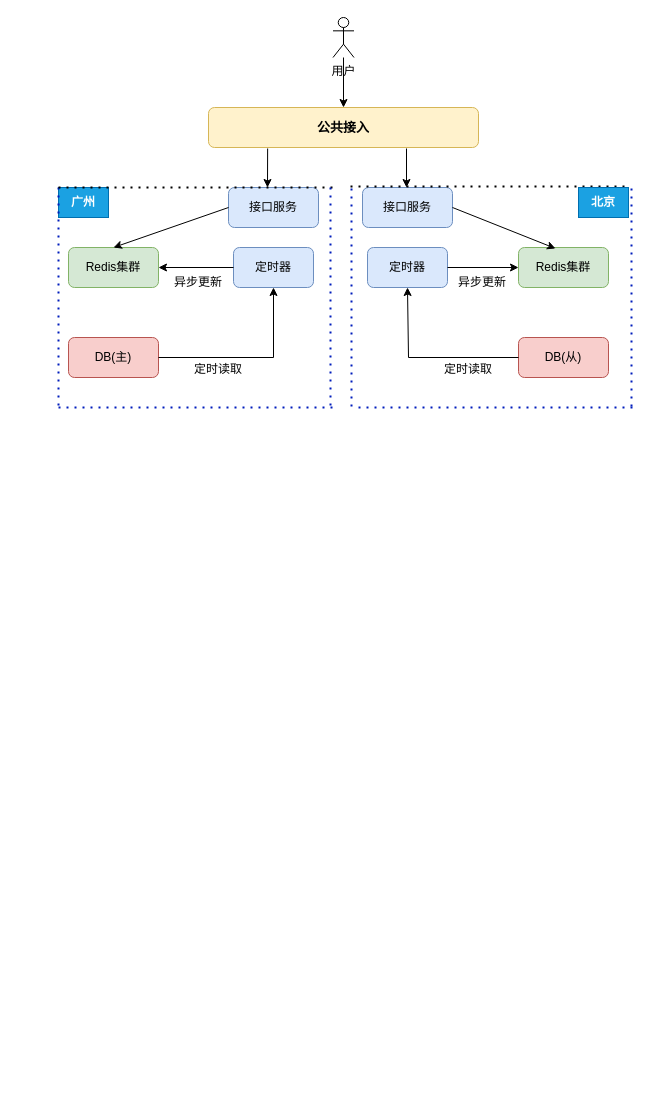
This is dir_f/搜索拦截架构图.drawio from lewiskyo/test_git, a draw.io file, before an edit. Source tidied: cells renumbered, new cells numbered last; positions are measured from the earlier drawing's top-left corner, leaving out a move shared by most shapes. Both pictures are drawn from the tidied source at 100%, with x=0, y=0 at pixel (58, 17).
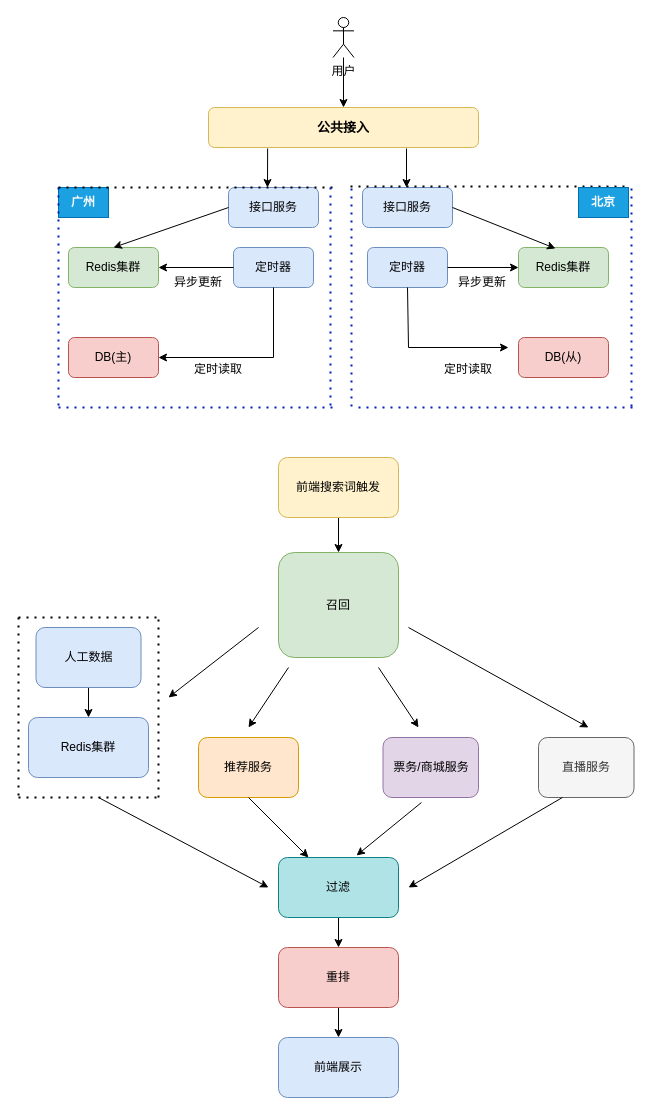
The same page after the edit.

Commit message:
更新搜索拦截架构图.drawio

The change refers to these unchanged cells:
```xml
<mxCell id="9" value="定时器" style="rounded=1;whiteSpace=wrap;html=1;fillColor=#dae8fc;strokeColor=#6c8ebf;" parent="1" vertex="1">
  <mxGeometry x="175" y="230" width="80" height="40" as="geometry" />
</mxCell>
<mxCell id="10" value="DB(主)" style="rounded=1;whiteSpace=wrap;html=1;fillColor=#f8cecc;strokeColor=#b85450;" parent="1" vertex="1">
  <mxGeometry x="10" y="320" width="90" height="40" as="geometry" />
</mxCell>
<mxCell id="20" value="定时器" style="rounded=1;whiteSpace=wrap;html=1;fillColor=#dae8fc;strokeColor=#6c8ebf;" parent="1" vertex="1">
  <mxGeometry x="309" y="230" width="80" height="40" as="geometry" />
</mxCell>
<mxCell id="24" value="DB(从)" style="rounded=1;whiteSpace=wrap;html=1;fillColor=#f8cecc;strokeColor=#b85450;" parent="1" vertex="1">
  <mxGeometry x="460" y="320" width="90" height="40" as="geometry" />
</mxCell>
```

Change to the diagram source:
```diff
@@
-    <mxCell id="11" style="endArrow=classic;html=1;rounded=0;exitX=1;exitY=0.5;exitDx=0;exitDy=0;entryX=0.5;entryY=1;entryDx=0;entryDy=0;" parent="1" edge="1" source="10" target="9">
-      <mxGeometry relative="1" as="geometry">
-        <Array as="points">
-          <mxPoint x="215" y="340" />
-        </Array>
-      </mxGeometry>
-    </mxCell>
@@
-    <mxCell id="25" style="endArrow=classic;html=1;rounded=0;exitX=0;exitY=0.5;exitDx=0;exitDy=0;entryX=0.5;entryY=1;entryDx=0;entryDy=0;" parent="1" edge="1" source="24" target="20">
-      <mxGeometry relative="1" as="geometry">
-        <Array as="points">
-          <mxPoint x="350" y="340" />
-        </Array>
-      </mxGeometry>
-    </mxCell>
@@
+    <mxCell id="35" style="endArrow=classic;html=1;rounded=0;exitX=0.5;exitY=1;exitDx=0;exitDy=0;entryX=1;entryY=0.5;entryDx=0;entryDy=0;" parent="1" edge="1" source="9" target="10">
+      <mxGeometry relative="1" as="geometry">
+        <Array as="points">
+          <mxPoint x="215" y="340" />
+        </Array>
+      </mxGeometry>
+    </mxCell>
+    <mxCell id="36" style="endArrow=classic;html=1;rounded=0;exitX=0.5;exitY=1;exitDx=0;exitDy=0;" parent="1" edge="1" source="20">
+      <mxGeometry relative="1" as="geometry">
+        <mxPoint x="450" y="330" as="targetPoint" />
+        <Array as="points">
+          <mxPoint x="350" y="330" />
+        </Array>
+      </mxGeometry>
+    </mxCell>
+    <mxCell id="37" style="edgeStyle=orthogonalEdgeStyle;rounded=0;jettySize=auto;html=1;" parent="1" edge="1" source="38" target="39">
+      <mxGeometry relative="1" as="geometry" />
+    </mxCell>
+    <mxCell id="38" value="前端搜索词触发" style="rounded=1;whiteSpace=wrap;html=1;fillColor=#fff2cc;strokeColor=#d6b656;" parent="1" vertex="1">
+      <mxGeometry x="220" y="440" width="120" height="60" as="geometry" />
+    </mxCell>
+    <mxCell id="39" value="召回" style="rounded=1;whiteSpace=wrap;html=1;fillColor=#d5e8d4;strokeColor=#82b366;" parent="1" vertex="1">
+      <mxGeometry x="220" y="535" width="120" height="105" as="geometry" />
+    </mxCell>
+    <mxCell id="40" style="group;" parent="1" vertex="1">
+      <mxGeometry x="-30" y="610" width="120" height="150" as="geometry" />
+    </mxCell>
+    <mxCell id="41" style="edgeStyle=orthogonalEdgeStyle;rounded=0;jettySize=auto;html=1;" parent="40" edge="1" source="42" target="43">
+      <mxGeometry relative="1" as="geometry" />
+    </mxCell>
+    <mxCell id="42" value="人工数据" style="rounded=1;whiteSpace=wrap;html=1;fillColor=#dae8fc;strokeColor=#6c8ebf;" parent="40" vertex="1">
+      <mxGeometry x="7.5" width="105" height="60" as="geometry" />
+    </mxCell>
+    <mxCell id="43" value="Redis集群" style="rounded=1;whiteSpace=wrap;html=1;fillColor=#dae8fc;strokeColor=#6c8ebf;" parent="40" vertex="1">
+      <mxGeometry y="90" width="120" height="60" as="geometry" />
+    </mxCell>
+    <mxCell id="44" style="endArrow=none;dashed=1;html=1;dashPattern=1 3;strokeWidth=2;rounded=0;" parent="1" edge="1">
+      <mxGeometry relative="1" as="geometry">
+        <mxPoint x="-40" y="600" as="sourcePoint" />
+        <mxPoint x="-40" y="780" as="targetPoint" />
+      </mxGeometry>
+    </mxCell>
+    <mxCell id="45" style="endArrow=none;dashed=1;html=1;dashPattern=1 3;strokeWidth=2;rounded=0;" parent="1" edge="1">
+      <mxGeometry relative="1" as="geometry">
+        <mxPoint x="-40" y="780" as="sourcePoint" />
+        <mxPoint x="100" y="780" as="targetPoint" />
+      </mxGeometry>
+    </mxCell>
+    <mxCell id="46" style="endArrow=none;dashed=1;html=1;dashPattern=1 3;strokeWidth=2;rounded=0;" parent="1" edge="1">
+      <mxGeometry relative="1" as="geometry">
+        <mxPoint x="100" y="780" as="sourcePoint" />
+        <mxPoint x="100" y="600" as="targetPoint" />
+      </mxGeometry>
+    </mxCell>
+    <mxCell id="47" style="endArrow=none;dashed=1;html=1;dashPattern=1 3;strokeWidth=2;rounded=0;" parent="1" edge="1">
+      <mxGeometry relative="1" as="geometry">
+        <mxPoint x="-40" y="600" as="sourcePoint" />
+        <mxPoint x="100" y="600" as="targetPoint" />
+      </mxGeometry>
+    </mxCell>
+    <mxCell id="48" style="endArrow=classic;html=1;rounded=0;" parent="1" edge="1">
+      <mxGeometry relative="1" as="geometry">
+        <mxPoint x="200" y="610" as="sourcePoint" />
+        <mxPoint x="110" y="680" as="targetPoint" />
+      </mxGeometry>
+    </mxCell>
+    <mxCell id="49" value="推荐服务" style="rounded=1;whiteSpace=wrap;html=1;fillColor=#ffe6cc;strokeColor=#d79b00;" parent="1" vertex="1">
+      <mxGeometry x="140" y="720" width="100" height="60" as="geometry" />
+    </mxCell>
+    <mxCell id="50" style="endArrow=classic;html=1;rounded=0;" parent="1" edge="1">
+      <mxGeometry relative="1" as="geometry">
+        <mxPoint x="230" y="650" as="sourcePoint" />
+        <mxPoint x="190" y="710" as="targetPoint" />
+      </mxGeometry>
+    </mxCell>
+    <mxCell id="51" value="票务/商城服务" style="rounded=1;whiteSpace=wrap;html=1;fillColor=#e1d5e7;strokeColor=#9673a6;" parent="1" vertex="1">
+      <mxGeometry x="324.5" y="720" width="95.5" height="60" as="geometry" />
+    </mxCell>
+    <mxCell id="52" value="直播服务" style="rounded=1;whiteSpace=wrap;html=1;fillColor=#f5f5f5;strokeColor=#666666;fontColor=#333333;" parent="1" vertex="1">
+      <mxGeometry x="480" y="720" width="95.5" height="60" as="geometry" />
+    </mxCell>
+    <mxCell id="53" style="endArrow=classic;html=1;rounded=0;" parent="1" edge="1">
+      <mxGeometry relative="1" as="geometry">
+        <mxPoint x="320" y="650" as="sourcePoint" />
+        <mxPoint x="360" y="710" as="targetPoint" />
+      </mxGeometry>
+    </mxCell>
+    <mxCell id="54" style="endArrow=classic;html=1;rounded=0;" parent="1" edge="1">
+      <mxGeometry relative="1" as="geometry">
+        <mxPoint x="350" y="610" as="sourcePoint" />
+        <mxPoint x="530" y="710" as="targetPoint" />
+      </mxGeometry>
+    </mxCell>
+    <mxCell id="55" style="edgeStyle=orthogonalEdgeStyle;rounded=0;jettySize=auto;html=1;" parent="1" edge="1" source="56" target="62">
+      <mxGeometry relative="1" as="geometry" />
+    </mxCell>
+    <mxCell id="56" value="过滤" style="rounded=1;whiteSpace=wrap;html=1;fillColor=#b0e3e6;strokeColor=#0e8088;" parent="1" vertex="1">
+      <mxGeometry x="220" y="840" width="120" height="60" as="geometry" />
+    </mxCell>
+    <mxCell id="57" style="endArrow=classic;html=1;rounded=0;" parent="1" edge="1">
+      <mxGeometry relative="1" as="geometry">
+        <mxPoint x="40" y="780" as="sourcePoint" />
+        <mxPoint x="210" y="870" as="targetPoint" />
+      </mxGeometry>
+    </mxCell>
+    <mxCell id="58" style="endArrow=classic;html=1;rounded=0;exitX=0.5;exitY=1;exitDx=0;exitDy=0;entryX=0.25;entryY=0;entryDx=0;entryDy=0;" parent="1" edge="1" source="49" target="56">
+      <mxGeometry relative="1" as="geometry" />
+    </mxCell>
+    <mxCell id="59" style="endArrow=classic;html=1;rounded=0;exitX=0.403;exitY=1.083;exitDx=0;exitDy=0;exitPerimeter=0;entryX=0.65;entryY=-0.033;entryDx=0;entryDy=0;entryPerimeter=0;" parent="1" edge="1" source="51" target="56">
+      <mxGeometry relative="1" as="geometry" />
+    </mxCell>
+    <mxCell id="60" style="endArrow=classic;html=1;rounded=0;exitX=0.25;exitY=1;exitDx=0;exitDy=0;" parent="1" edge="1" source="52">
+      <mxGeometry relative="1" as="geometry">
+        <mxPoint x="350" y="870" as="targetPoint" />
+      </mxGeometry>
+    </mxCell>
+    <mxCell id="61" style="edgeStyle=orthogonalEdgeStyle;rounded=0;jettySize=auto;html=1;" parent="1" edge="1" source="62" target="63">
+      <mxGeometry relative="1" as="geometry" />
+    </mxCell>
+    <mxCell id="62" value="重排" style="rounded=1;whiteSpace=wrap;html=1;fillColor=#f8cecc;strokeColor=#b85450;" parent="1" vertex="1">
+      <mxGeometry x="220" y="930" width="120" height="60" as="geometry" />
+    </mxCell>
+    <mxCell id="63" value="前端展示" style="rounded=1;whiteSpace=wrap;html=1;fillColor=#dae8fc;strokeColor=#6c8ebf;" parent="1" vertex="1">
+      <mxGeometry x="220" y="1020" width="120" height="60" as="geometry" />
+    </mxCell>
```
